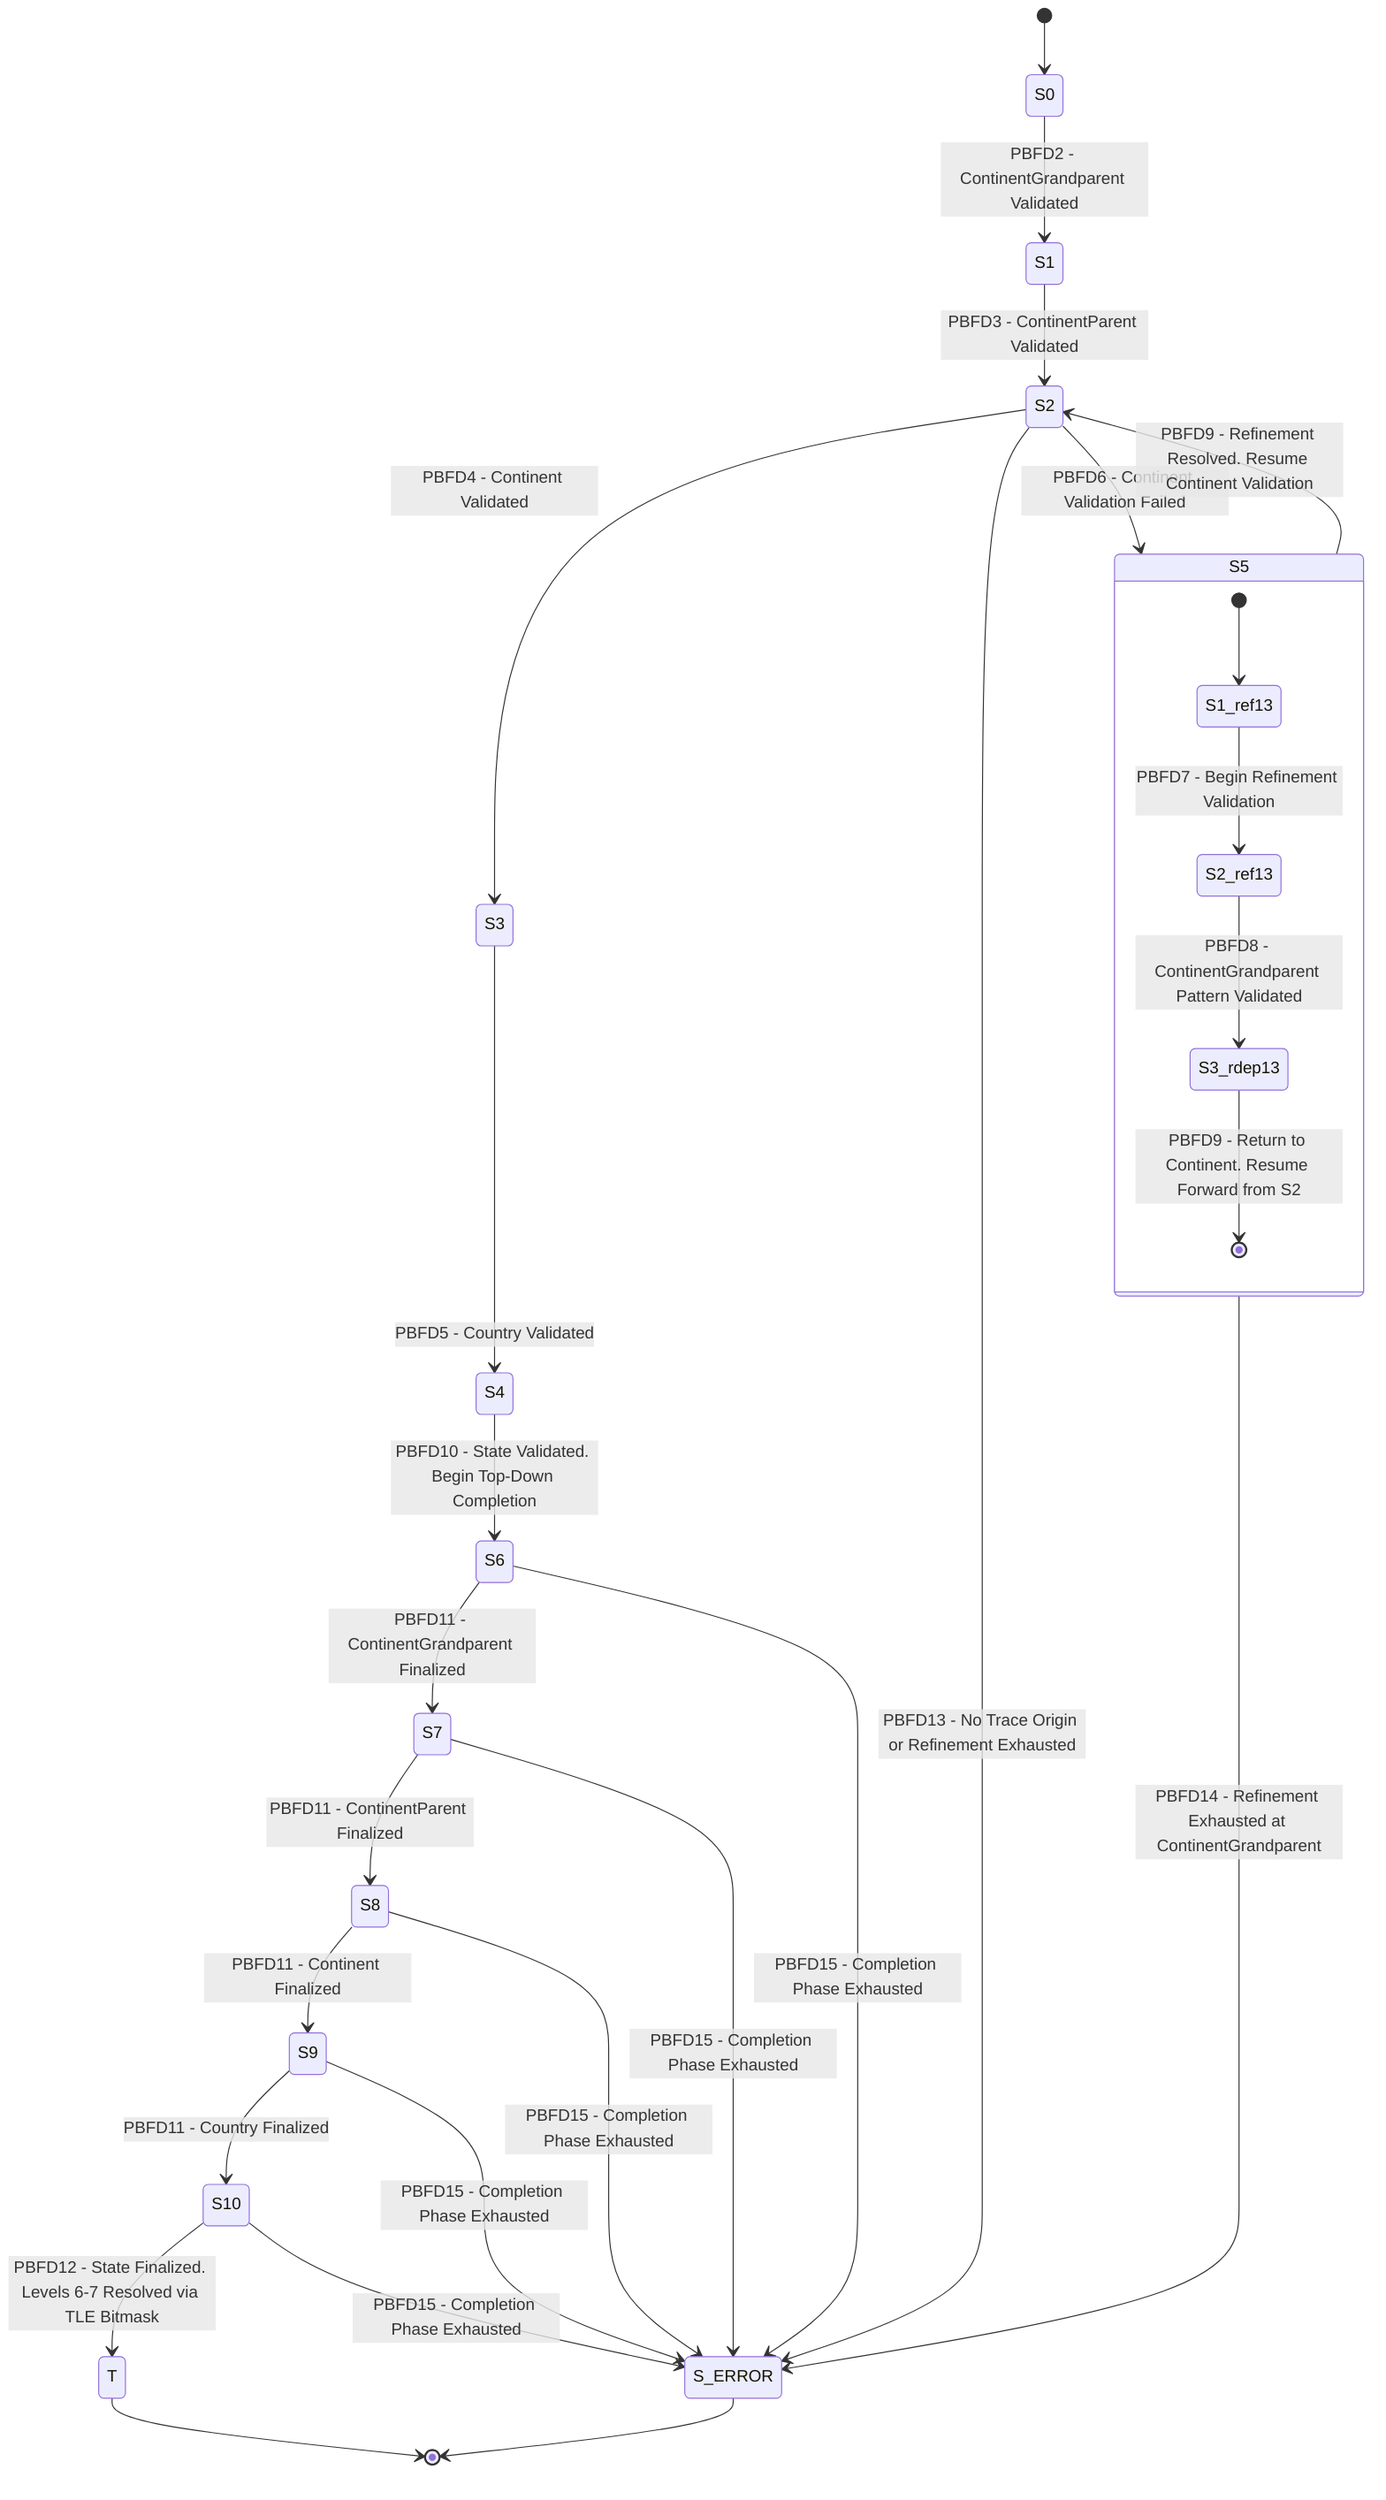
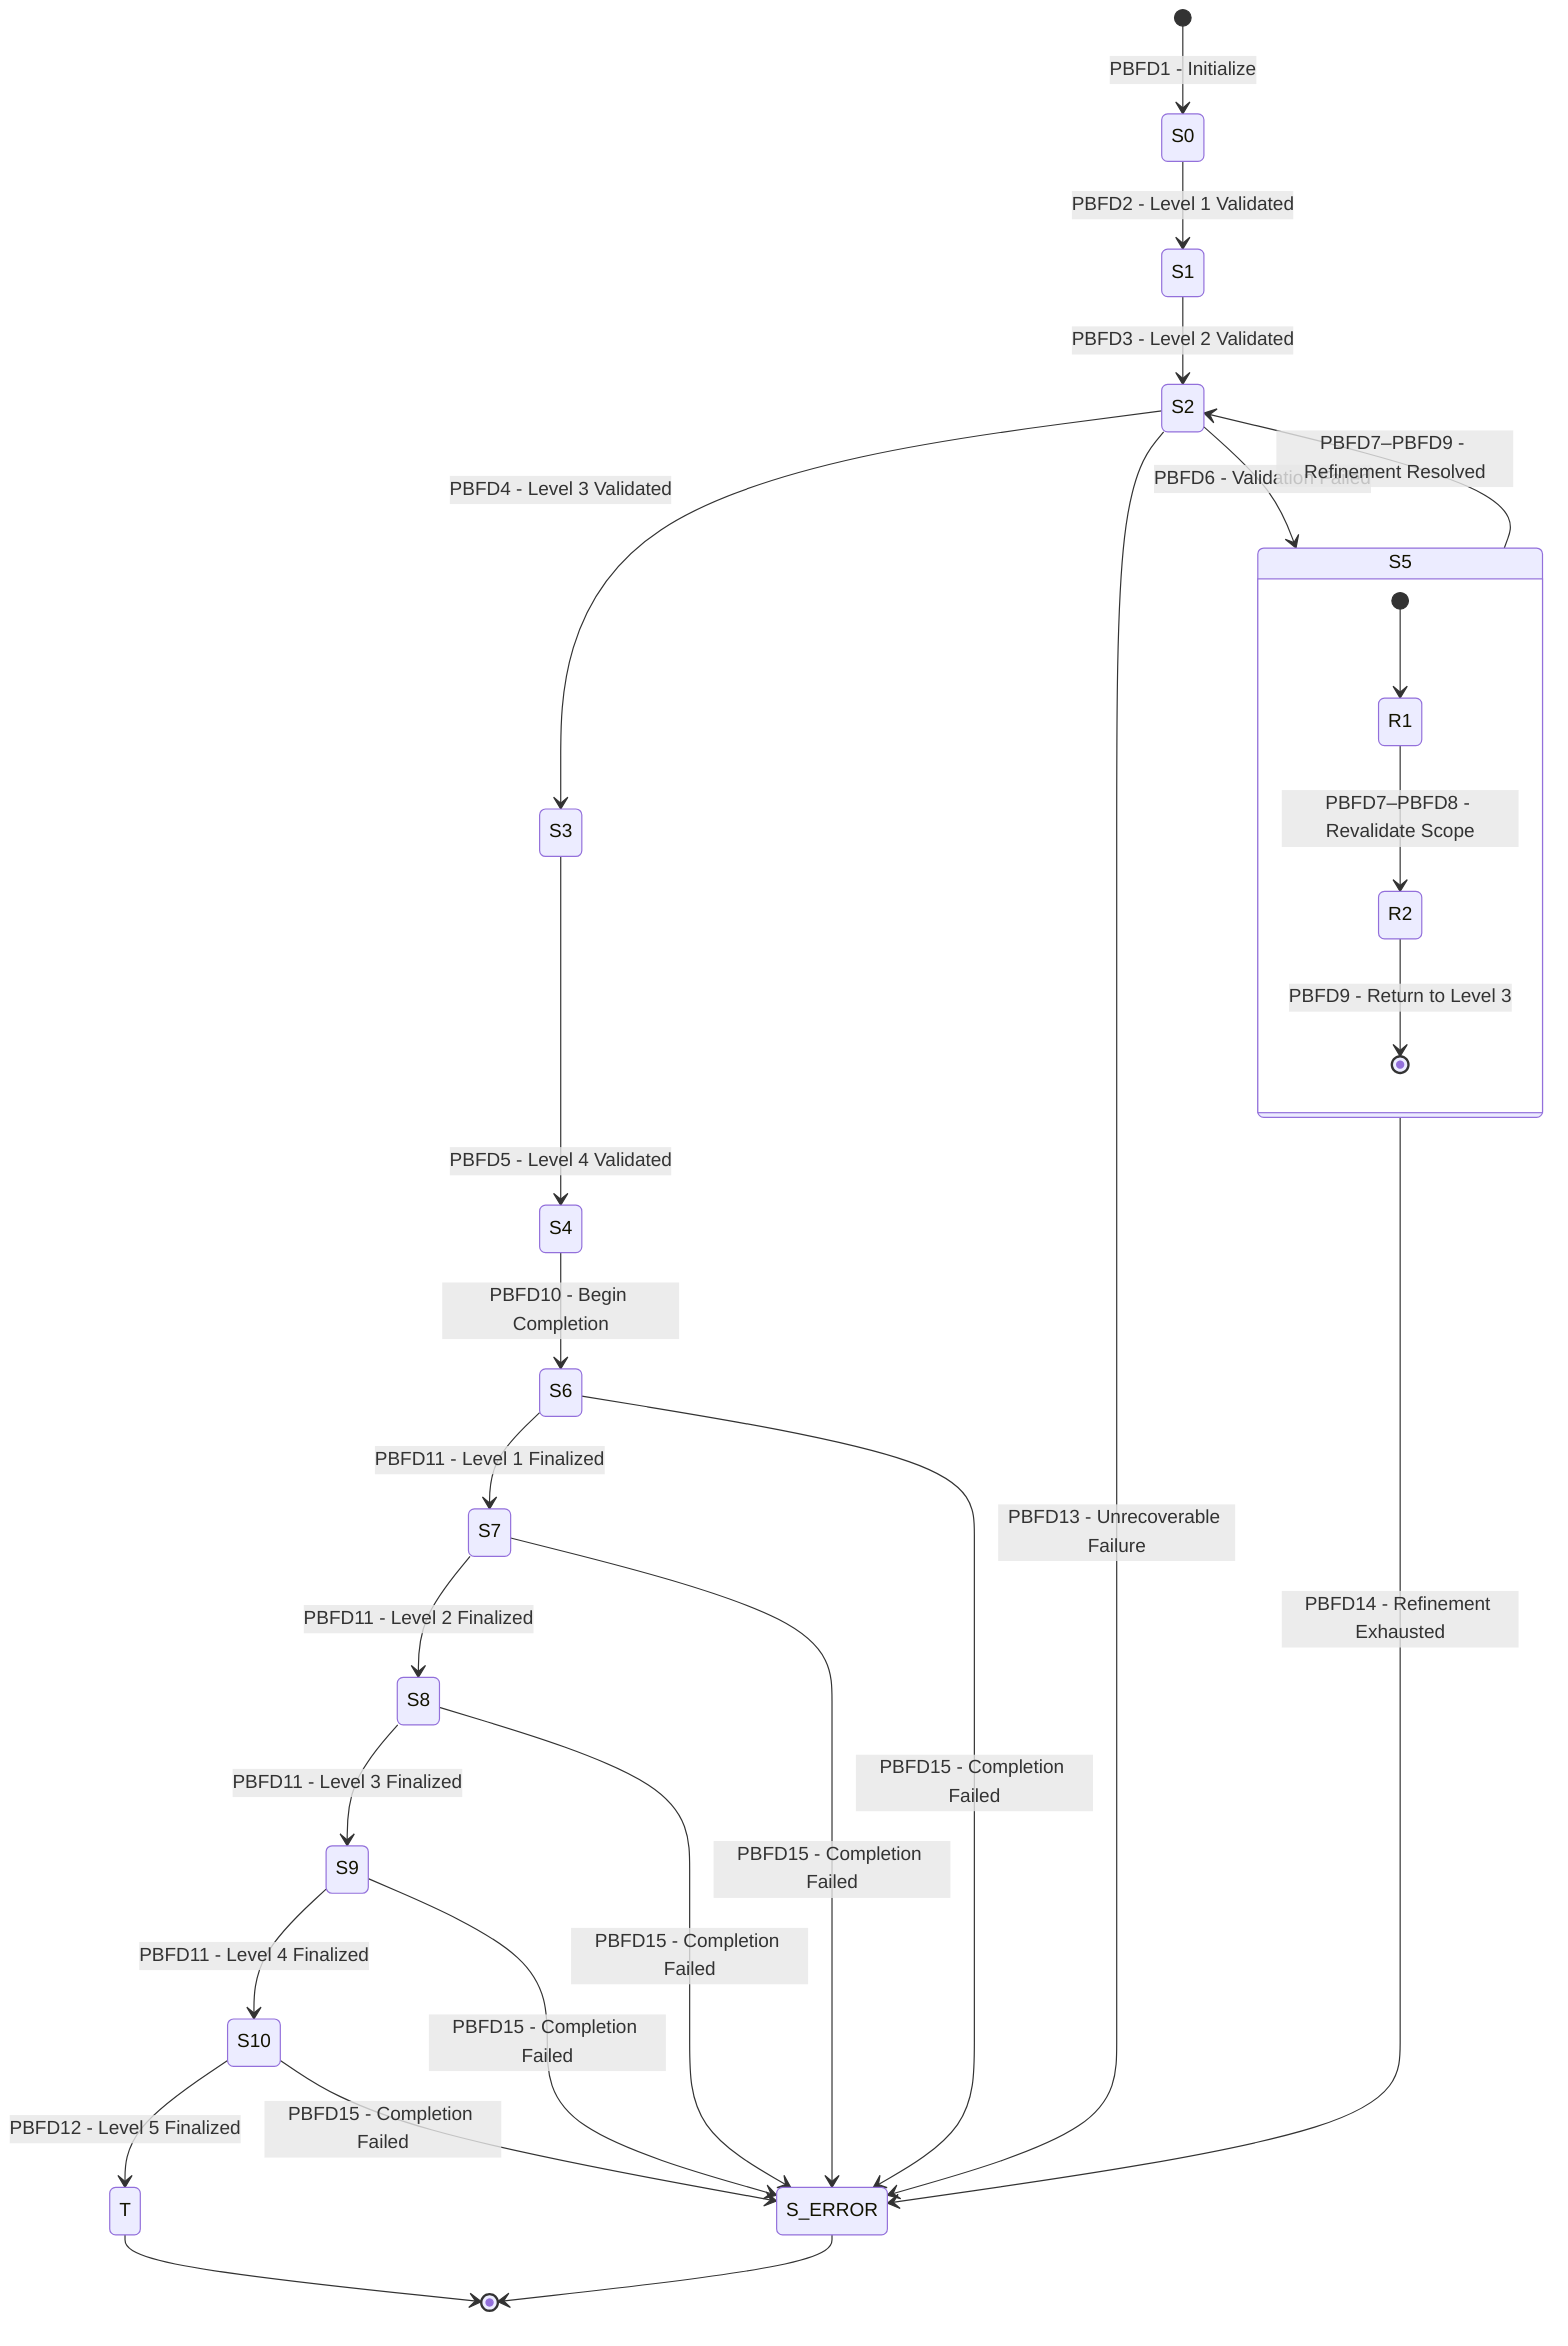
stateDiagram-v2
    direction TB
-     [*] --> S0
+     [*] --> S0: PBFD1 - Initialize

-     state S0: Process & Validate Level 1 (ContinentGrandparent)
-     S0 --> S1: PBFD2 - ContinentGrandparent Validated
+     state S0: Process & Validate Level 1\n(ContinentGrandparent)
+     state S1: Process & Validate Level 2\n(ContinentParent)
+     state S2: Process & Validate Level 3\n(Continent)
+     state S3: Process & Validate Level 4\n(Country)
+     state S4: Process & Validate Level 5\n(State)

-     state S1: Process & Validate Level 2 (ContinentParent)
-     S1 --> S2: PBFD3 - ContinentParent Validated
+     S0 --> S1: PBFD2 - Level 1 Validated
+     S1 --> S2: PBFD3 - Level 2 Validated
+     S2 --> S3: PBFD4 - Level 3 Validated
+     S3 --> S4: PBFD5 - Level 4 Validated

-     state S2: Process & Validate Level 3 (Continent)
-     S2 --> S3: PBFD4 - Continent Validated
-     S2 --> S5: PBFD6 - Continent Validation Failed
-     S2 --> S_ERROR: PBFD13 - No Trace Origin or Refinement Exhausted
+     S2 --> S5: PBFD6 - Validation Failed
+     S2 --> S_ERROR: PBFD13 - Unrecoverable Failure

    state S5 {
-         [*] --> S1_ref13
-         state S1_ref13: S1_ref(1,3) - Enter Refinement at ContinentGrandparent
-         state S2_ref13: S2_ref(1,3) - Refinement Validation at ContinentGrandparent
-         state S3_rdep13: S3_rdep(1,3) - Refinement Depth Resolution
-         S1_ref13 --> S2_ref13: PBFD7 - Begin Refinement Validation
-         S2_ref13 --> S3_rdep13: PBFD8 - ContinentGrandparent Pattern Validated
-         S3_rdep13 --> [*]: PBFD9 - Return to Continent. Resume Forward from S2
+         [*] --> R1
+ 
+         state R1: Refinement Scope [1,3]
+         state R2: Progressive Revalidation\n(j = 1 → 2 → 3)
+ 
+         R1 --> R2: PBFD7–PBFD8 - Revalidate Scope
+         R2 --> [*]: PBFD9 - Return to Level 3
    }
-     state S5: Refine Levels 1-3 (ContinentGrandparent anchor. Continent failure)

-     S5 --> S2: PBFD9 - Refinement Resolved. Resume Continent Validation
-     S5 --> S_ERROR: PBFD14 - Refinement Exhausted at ContinentGrandparent
+     state S5: Refinement\n(Continent-Level Failure)

-     state S3: Process & Validate Level 4 (Country)
-     S3 --> S4: PBFD5 - Country Validated
+     S5 --> S2: PBFD7–PBFD9 - Refinement Resolved
+     S5 --> S_ERROR: PBFD14 - Refinement Exhausted

-     state S4: Process & Validate Level 5 (State)
-     S4 --> S6: PBFD10 - State Validated. Begin Top-Down Completion
+     S4 --> S6: PBFD10 - Begin Completion

-     state S6: Top-Down Completion Level 1 (ContinentGrandparent)
-     S6 --> S7: PBFD11 - ContinentGrandparent Finalized
-     S6 --> S_ERROR: PBFD15 - Completion Phase Exhausted
+     state S6: Finalize Level 1\n(ContinentGrandparent)
+     state S7: Finalize Level 2\n(ContinentParent)
+     state S8: Finalize Level 3\n(Continent)
+     state S9: Finalize Level 4\n(Country)
+     state S10: Finalize Level 5\n(State)

-     state S7: Top-Down Completion Level 2 (ContinentParent)
-     S7 --> S8: PBFD11 - ContinentParent Finalized
-     S7 --> S_ERROR: PBFD15 - Completion Phase Exhausted
+     S6 --> S7: PBFD11 - Level 1 Finalized
+     S7 --> S8: PBFD11 - Level 2 Finalized
+     S8 --> S9: PBFD11 - Level 3 Finalized
+     S9 --> S10: PBFD11 - Level 4 Finalized
+     S10 --> T: PBFD12 - Level 5 Finalized

-     state S8: Top-Down Completion Level 3 (Continent)
-     S8 --> S9: PBFD11 - Continent Finalized
-     S8 --> S_ERROR: PBFD15 - Completion Phase Exhausted
+     S6 --> S_ERROR: PBFD15 - Completion Failed
+     S7 --> S_ERROR: PBFD15 - Completion Failed
+     S8 --> S_ERROR: PBFD15 - Completion Failed
+     S9 --> S_ERROR: PBFD15 - Completion Failed
+     S10 --> S_ERROR: PBFD15 - Completion Failed

-     state S9: Top-Down Completion Level 4 (Country)
-     S9 --> S10: PBFD11 - Country Finalized
-     S9 --> S_ERROR: PBFD15 - Completion Phase Exhausted
+     state T: Success\n(All nodes finalized)
+     state S_ERROR: Failure\n(Refinement exhausted / unrecoverable)

-     state S10: Top-Down Completion Level 5 (State)
-     S10 --> T: PBFD12 - State Finalized. Levels 6-7 Resolved via TLE Bitmask
-     S10 --> S_ERROR: PBFD15 - Completion Phase Exhausted
- 
-     state T: Success - All nodes P(n)=2 including Levels 6-7 via TLE embedding
    T --> [*]
- 
-     state S_ERROR: Terminate on Failure (S5)
    S_ERROR --> [*]
